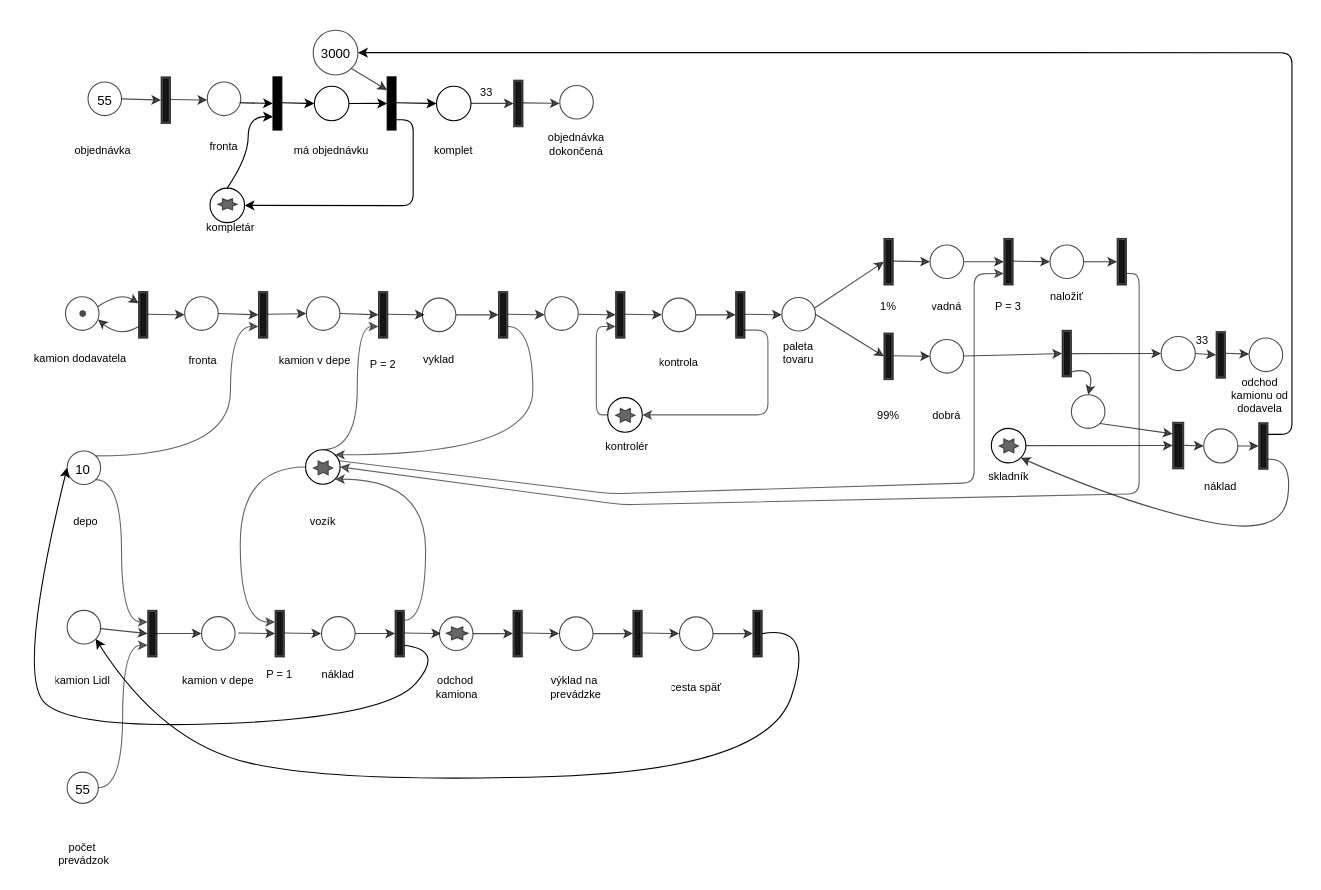
Earlier version of the draw.io diagram IMS.drawio (MatejMistik/VUT_FIT_ITY_Project_5). Source tidied: cells renumbered, new cells numbered last; positions are measured from the earlier drawing's top-left corner, leaving out a move shared by most shapes. Both pictures are drawn from the tidied source at 110%, with x=0, y=0 at pixel (15, 30).
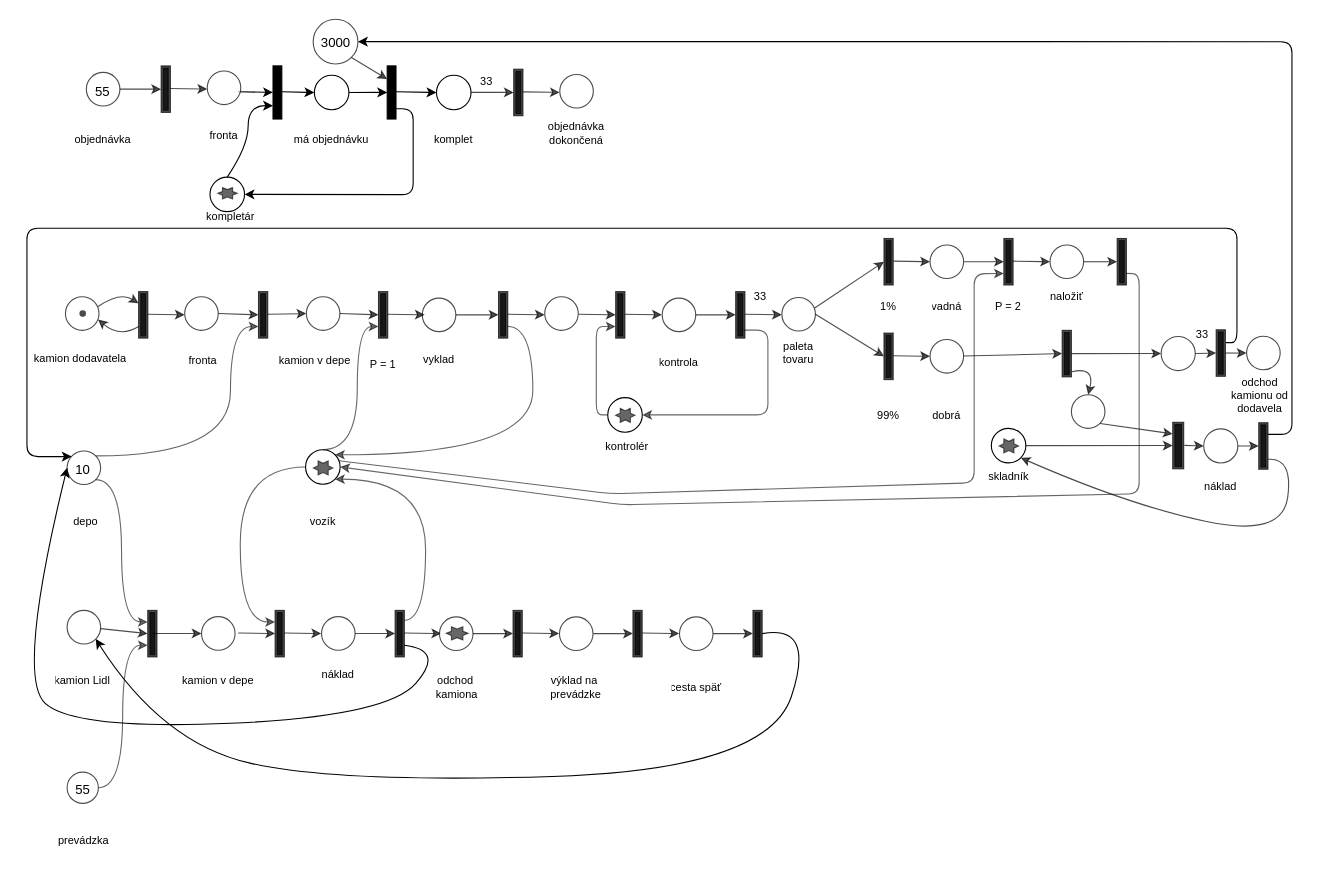
The same diagram, later.

Unchanged cells that the change refers to:
```xml
<mxCell id="141" style="shape=ext;double=1;rounded=0;whiteSpace=wrap;html=1;fontSize=36;fillColor=#000000;snapToPoint=0;opacity=70;direction=west;" parent="1" vertex="1">
  <mxGeometry x="1129.8" y="356.8" width="8.4" height="42.3" as="geometry" />
</mxCell>
<mxCell id="148" value="&lt;font style=&quot;font-size: 12px&quot;&gt;10&lt;/font&gt;" style="text;html=1;strokeColor=none;fillColor=none;align=center;verticalAlign=middle;whiteSpace=wrap;rounded=0;fontSize=18;opacity=60;" parent="1" vertex="1">
  <mxGeometry x="50.7" y="387.6" width="20" height="20" as="geometry" />
</mxCell>
```

Diff of the diagram source:
```diff
@@
-    <mxCell id="46" value="kompletár" style="text;strokeColor=none;fillColor=none;align=center;verticalAlign=middle;spacingLeft=4;spacingRight=4;overflow=hidden;fontSize=10;opacity=70;rounded=0;direction=west;" parent="1" vertex="1">
-      <mxGeometry x="168.5" y="163.5" width="53.6" height="31.7" as="geometry" />
-    </mxCell>
-    <mxCell id="47" value="&lt;p&gt;&lt;br&gt;&lt;/p&gt;" style="ellipse;whiteSpace=wrap;html=1;align=center;rounded=0;" parent="1" vertex="1">
-      <mxGeometry x="176.4" y="143.5" width="31.4" height="31.4" as="geometry" />
-    </mxCell>
-    <mxCell id="48" style="endArrow=classic;html=1;rounded=0;curved=1;" parent="1" edge="1">
-      <mxGeometry relative="1" as="geometry">
-        <mxPoint x="201.8" y="65.9" as="sourcePoint" />
-        <mxPoint x="233.7" y="66.5" as="targetPoint" />
-      </mxGeometry>
-    </mxCell>
-    <mxCell id="49" style="ellipse;whiteSpace=wrap;html=1;fontSize=36;rounded=0;" parent="1" vertex="1">
-      <mxGeometry x="271.3" y="50.9" width="31.4" height="31.4" as="geometry" />
-    </mxCell>
-    <mxCell id="50" style="endArrow=classic;html=1;rounded=0;curved=1;entryX=0;entryY=0.5;entryDx=0;entryDy=0;" parent="1" edge="1" target="49">
-      <mxGeometry relative="1" as="geometry">
-        <mxPoint x="241.7" y="65.9" as="sourcePoint" />
-      </mxGeometry>
-    </mxCell>
-    <mxCell id="51" style="shape=ext;double=1;rounded=0;whiteSpace=wrap;html=1;fontSize=36;fillColor=#000000;" parent="1" vertex="1">
-      <mxGeometry x="233.7" y="42.4" width="8" height="48.3" as="geometry" />
-    </mxCell>
-    <mxCell id="52" style="ellipse;whiteSpace=wrap;html=1;fontSize=36;rounded=0;" parent="1" vertex="1">
-      <mxGeometry x="382.3" y="50.9" width="31.4" height="31.4" as="geometry" />
-    </mxCell>
-    <mxCell id="53" style="endArrow=classic;html=1;rounded=0;curved=1;entryX=0;entryY=0.5;entryDx=0;entryDy=0;" parent="1" edge="1" target="52">
-      <mxGeometry relative="1" as="geometry">
-        <mxPoint x="345.4" y="65.9" as="sourcePoint" />
-      </mxGeometry>
-    </mxCell>
-    <mxCell id="54" style="shape=ext;double=1;rounded=0;whiteSpace=wrap;html=1;fontSize=36;fillColor=#000000;" parent="1" vertex="1">
-      <mxGeometry x="337.5" y="42.4" width="8" height="48.3" as="geometry" />
-    </mxCell>
-    <mxCell id="55" style="endArrow=classic;html=1;rounded=0;curved=1;exitX=1;exitY=0.5;exitDx=0;exitDy=0;" parent="1" edge="1" source="49">
-      <mxGeometry relative="1" as="geometry">
-        <mxPoint x="337.5" y="66.5" as="targetPoint" />
-      </mxGeometry>
-    </mxCell>
-    <mxCell id="56" style="endArrow=classic;html=1;rounded=1;fontSize=36;entryX=1;entryY=0.5;entryDx=0;entryDy=0;exitX=0.5;exitY=0.807;exitDx=0;exitDy=0;exitPerimeter=0;" parent="1" edge="1" source="54" target="47">
-      <mxGeometry relative="1" as="geometry">
-        <Array as="points">
-          <mxPoint x="361.1" y="81.4" />
-          <mxPoint x="361.1" y="159.4" />
-        </Array>
-      </mxGeometry>
-    </mxCell>
-    <mxCell id="57" style="verticalLabelPosition=bottom;verticalAlign=top;html=1;shape=mxgraph.basic.6_point_star;fontSize=10;fillColor=#000000;opacity=60;" parent="1" vertex="1">
-      <mxGeometry x="183.5" y="153.1" width="17.7" height="10.3" as="geometry" />
-    </mxCell>
@@
-    <mxCell id="78" value="P = 1" style="text;strokeColor=none;fillColor=none;align=center;verticalAlign=middle;spacingLeft=4;spacingRight=4;overflow=hidden;fontSize=10;opacity=70;rounded=0;direction=west;" parent="1" vertex="1">
-      <mxGeometry x="222.1" y="569.7" width="35.3" height="31.7" as="geometry" />
-    </mxCell>
@@
-    <mxCell id="93" value="P = 2" style="text;strokeColor=none;fillColor=none;align=center;verticalAlign=middle;spacingLeft=4;spacingRight=4;overflow=hidden;fontSize=10;opacity=70;rounded=0;direction=west;" parent="1" vertex="1">
+    <mxCell id="93" value="P = 1" style="text;strokeColor=none;fillColor=none;align=center;verticalAlign=middle;spacingLeft=4;spacingRight=4;overflow=hidden;fontSize=10;opacity=70;rounded=0;direction=west;" parent="1" vertex="1">
       <mxGeometry x="316.2" y="288.1" width="35.3" height="31.7" as="geometry" />
     </mxCell>
-    <mxCell id="94" value="počet &#10;prevádzok" style="text;strokeColor=none;fillColor=none;align=center;verticalAlign=middle;spacingLeft=4;spacingRight=4;overflow=hidden;fontSize=10;opacity=70;rounded=0;direction=west;" parent="1" vertex="1">
-      <mxGeometry x="33" y="732.7" width="58" height="31.7" as="geometry" />
+    <mxCell id="94" value="prevádzka" style="text;strokeColor=none;fillColor=none;align=center;verticalAlign=middle;spacingLeft=4;spacingRight=4;overflow=hidden;fontSize=10;opacity=70;rounded=0;direction=west;" parent="1" vertex="1">
+      <mxGeometry x="32.7" y="720" width="58" height="31.7" as="geometry" />
     </mxCell>
@@
     <mxCell id="119" style="shape=ext;double=1;rounded=0;whiteSpace=wrap;html=1;fontSize=36;fillColor=#000000;snapToPoint=0;opacity=70;direction=west;" parent="1" vertex="1">
-      <mxGeometry x="1091.1" y="274" width="8.4" height="42.3" as="geometry" />
+      <mxGeometry x="1091.1" y="272.3" width="8.4" height="42.3" as="geometry" />
     </mxCell>
@@
+    <mxCell id="169" style="edgeStyle=orthogonalEdgeStyle;jettySize=auto;html=1;entryX=0;entryY=0;entryDx=0;entryDy=0;rounded=1;" parent="1" edge="1" target="148">
+      <mxGeometry relative="1" as="geometry">
+        <mxPoint x="1100" y="284" as="sourcePoint" />
+        <Array as="points">
+          <mxPoint x="1100" y="284" />
+          <mxPoint x="1110" y="284" />
+          <mxPoint x="1110" y="180" />
+          <mxPoint x="10" y="180" />
+          <mxPoint x="10" y="388" />
+        </Array>
+      </mxGeometry>
+    </mxCell>
     <mxCell id="121" style="ellipse;whiteSpace=wrap;html=1;fontSize=36;snapToPoint=0;opacity=70;rounded=0;direction=west;" parent="1" vertex="1">
-      <mxGeometry x="1121.1" y="279.8" width="30.5" height="30.5" as="geometry" />
+      <mxGeometry x="1118.8" y="278.2" width="30.5" height="30.5" as="geometry" />
     </mxCell>
-    <mxCell id="122" style="endArrow=classic;html=1;rounded=0;snapToPoint=0;opacity=70;curved=1;" parent="1" edge="1">
-      <mxGeometry relative="1" as="geometry">
-        <mxPoint x="1099.5" y="293.7" as="sourcePoint" />
-        <mxPoint x="1121.1" y="294.4" as="targetPoint" />
-      </mxGeometry>
+    <mxCell id="122" style="endArrow=classic;html=1;rounded=0;snapToPoint=0;opacity=70;curved=1;exitX=0;exitY=0.5;exitDx=0;exitDy=0;entryX=1;entryY=0.5;entryDx=0;entryDy=0;" parent="1" edge="1" source="119" target="121">
+      <mxGeometry relative="1" as="geometry" />
     </mxCell>
@@
-    <mxCell id="126" value="P = 3" style="text;strokeColor=none;fillColor=none;align=center;verticalAlign=middle;spacingLeft=4;spacingRight=4;overflow=hidden;fontSize=10;opacity=70;rounded=0;direction=west;" parent="1" vertex="1">
+    <mxCell id="126" value="P = 2" style="text;strokeColor=none;fillColor=none;align=center;verticalAlign=middle;spacingLeft=4;spacingRight=4;overflow=hidden;fontSize=10;opacity=70;rounded=0;direction=west;" parent="1" vertex="1">
       <mxGeometry x="884.7" y="234.6" width="35.3" height="31.7" as="geometry" />
     </mxCell>
@@
-    <mxCell id="144" value="komplet" style="text;strokeColor=none;fillColor=none;align=center;verticalAlign=middle;spacingLeft=4;spacingRight=4;overflow=hidden;fontSize=10;opacity=70;rounded=0;direction=west;" parent="1" vertex="1">
-      <mxGeometry x="375.3" y="93" width="45.5" height="31.7" as="geometry" />
-    </mxCell>
-    <mxCell id="145" value="33" style="text;strokeColor=none;fillColor=none;align=center;verticalAlign=middle;spacingLeft=4;spacingRight=4;overflow=hidden;fontSize=10;opacity=70;rounded=0;direction=west;" parent="1" vertex="1">
-      <mxGeometry x="415.5" y="40.7" width="25" height="31.7" as="geometry" />
-    </mxCell>
@@
     <mxCell id="147" value="33" style="text;strokeColor=none;fillColor=none;align=center;verticalAlign=middle;spacingLeft=4;spacingRight=4;overflow=hidden;fontSize=10;opacity=70;rounded=0;direction=west;" parent="1" vertex="1">
-      <mxGeometry x="1066.2" y="266.3" width="25" height="31.7" as="geometry" />
+      <mxGeometry x="1066.2" y="268.5" width="25" height="14.9" as="geometry" />
     </mxCell>
@@
+    <mxCell id="165" style="edgeStyle=orthogonalEdgeStyle;rounded=1;jettySize=auto;html=1;exitX=0;exitY=0.75;exitDx=0;exitDy=0;entryX=0;entryY=0.5;entryDx=0;entryDy=0;" parent="1" edge="1" source="141" target="164">
+      <mxGeometry relative="1" as="geometry">
+        <Array as="points">
+          <mxPoint x="1160" y="367" />
+          <mxPoint x="1160" y="10" />
+        </Array>
+      </mxGeometry>
+    </mxCell>
+    <mxCell id="168" value="kontrolér" style="text;strokeColor=none;fillColor=none;align=center;verticalAlign=middle;spacingLeft=4;spacingRight=4;overflow=hidden;fontSize=10;opacity=70;rounded=0;direction=west;" parent="1" vertex="1">
+      <mxGeometry x="531.5" y="362.4" width="48.5" height="31.7" as="geometry" />
+    </mxCell>
+    <mxCell id="46" value="kompletár" style="text;strokeColor=none;fillColor=none;align=center;verticalAlign=middle;spacingLeft=4;spacingRight=4;overflow=hidden;fontSize=10;opacity=70;rounded=0;direction=west;" parent="1" vertex="1">
+      <mxGeometry x="168.5" y="153.5" width="53.6" height="31.7" as="geometry" />
+    </mxCell>
+    <mxCell id="47" value="&lt;p&gt;&lt;br&gt;&lt;/p&gt;" style="ellipse;whiteSpace=wrap;html=1;align=center;rounded=0;" parent="1" vertex="1">
+      <mxGeometry x="176.4" y="133.5" width="31.4" height="31.4" as="geometry" />
+    </mxCell>
+    <mxCell id="48" style="endArrow=classic;html=1;rounded=0;curved=1;" parent="1" edge="1">
+      <mxGeometry relative="1" as="geometry">
+        <mxPoint x="201.8" y="55.9" as="sourcePoint" />
+        <mxPoint x="233.7" y="56.5" as="targetPoint" />
+      </mxGeometry>
+    </mxCell>
+    <mxCell id="49" style="ellipse;whiteSpace=wrap;html=1;fontSize=36;rounded=0;" parent="1" vertex="1">
+      <mxGeometry x="271.3" y="40.9" width="31.4" height="31.4" as="geometry" />
+    </mxCell>
+    <mxCell id="50" style="endArrow=classic;html=1;rounded=0;curved=1;entryX=0;entryY=0.5;entryDx=0;entryDy=0;" parent="1" edge="1" target="49">
+      <mxGeometry relative="1" as="geometry">
+        <mxPoint x="241.7" y="55.9" as="sourcePoint" />
+      </mxGeometry>
+    </mxCell>
+    <mxCell id="51" style="shape=ext;double=1;rounded=0;whiteSpace=wrap;html=1;fontSize=36;fillColor=#000000;" parent="1" vertex="1">
+      <mxGeometry x="233.7" y="32.4" width="8" height="48.3" as="geometry" />
+    </mxCell>
+    <mxCell id="52" style="ellipse;whiteSpace=wrap;html=1;fontSize=36;rounded=0;" parent="1" vertex="1">
+      <mxGeometry x="382.3" y="40.9" width="31.4" height="31.4" as="geometry" />
+    </mxCell>
+    <mxCell id="53" style="endArrow=classic;html=1;rounded=0;curved=1;entryX=0;entryY=0.5;entryDx=0;entryDy=0;" parent="1" edge="1" target="52">
+      <mxGeometry relative="1" as="geometry">
+        <mxPoint x="345.4" y="55.9" as="sourcePoint" />
+      </mxGeometry>
+    </mxCell>
+    <mxCell id="54" style="shape=ext;double=1;rounded=0;whiteSpace=wrap;html=1;fontSize=36;fillColor=#000000;" parent="1" vertex="1">
+      <mxGeometry x="337.5" y="32.4" width="8" height="48.3" as="geometry" />
+    </mxCell>
+    <mxCell id="55" style="endArrow=classic;html=1;rounded=0;curved=1;exitX=1;exitY=0.5;exitDx=0;exitDy=0;" parent="1" edge="1" source="49">
+      <mxGeometry relative="1" as="geometry">
+        <mxPoint x="337.5" y="56.5" as="targetPoint" />
+      </mxGeometry>
+    </mxCell>
+    <mxCell id="56" style="endArrow=classic;html=1;rounded=1;fontSize=36;entryX=1;entryY=0.5;entryDx=0;entryDy=0;exitX=0.5;exitY=0.807;exitDx=0;exitDy=0;exitPerimeter=0;" parent="1" edge="1" source="54" target="47">
+      <mxGeometry relative="1" as="geometry">
+        <Array as="points">
+          <mxPoint x="361.1" y="71.4" />
+          <mxPoint x="361.1" y="149.4" />
+        </Array>
+      </mxGeometry>
+    </mxCell>
+    <mxCell id="57" style="verticalLabelPosition=bottom;verticalAlign=top;html=1;shape=mxgraph.basic.6_point_star;fontSize=10;fillColor=#000000;opacity=60;" parent="1" vertex="1">
+      <mxGeometry x="183.5" y="143.1" width="17.7" height="10.3" as="geometry" />
+    </mxCell>
+    <mxCell id="144" value="komplet" style="text;strokeColor=none;fillColor=none;align=center;verticalAlign=middle;spacingLeft=4;spacingRight=4;overflow=hidden;fontSize=10;opacity=70;rounded=0;direction=west;" parent="1" vertex="1">
+      <mxGeometry x="375.3" y="83" width="45.5" height="31.7" as="geometry" />
+    </mxCell>
+    <mxCell id="145" value="33" style="text;strokeColor=none;fillColor=none;align=center;verticalAlign=middle;spacingLeft=4;spacingRight=4;overflow=hidden;fontSize=10;opacity=70;rounded=0;direction=west;" parent="1" vertex="1">
+      <mxGeometry x="415.5" y="30.7" width="25" height="31.7" as="geometry" />
+    </mxCell>
     <mxCell id="149" value="objednávka" style="text;strokeColor=none;fillColor=none;align=center;verticalAlign=middle;spacingLeft=4;spacingRight=4;overflow=hidden;fontSize=10;rounded=0;" parent="1" vertex="1">
-      <mxGeometry x="31.6" y="90.7" width="95.3" height="36.2" as="geometry" />
+      <mxGeometry x="31.6" y="80.7" width="95.3" height="36.2" as="geometry" />
     </mxCell>
     <mxCell id="150" value="&lt;p&gt;&lt;br&gt;&lt;/p&gt;" style="ellipse;whiteSpace=wrap;html=1;align=center;snapToPoint=0;opacity=70;rounded=0;direction=west;" parent="1" vertex="1">
-      <mxGeometry x="65.5" y="47.1" width="30.5" height="30.5" as="geometry" />
+      <mxGeometry x="64" y="38.3" width="30.5" height="30.5" as="geometry" />
     </mxCell>
     <mxCell id="151" style="ellipse;whiteSpace=wrap;html=1;fontSize=36;opacity=70;rounded=0;direction=west;" parent="1" vertex="1">
-      <mxGeometry x="173.9" y="47.1" width="30.5" height="30.5" as="geometry" />
+      <mxGeometry x="173.9" y="37.1" width="30.5" height="30.5" as="geometry" />
     </mxCell>
     <mxCell id="152" style="endArrow=classic;html=1;rounded=0;snapToPoint=0;opacity=70;curved=1;" parent="1" edge="1">
       <mxGeometry relative="1" as="geometry">
-        <mxPoint x="140.4" y="63" as="sourcePoint" />
-        <mxPoint x="173.9" y="63.5" as="targetPoint" />
+        <mxPoint x="140.4" y="53" as="sourcePoint" />
+        <mxPoint x="173.9" y="53.5" as="targetPoint" />
       </mxGeometry>
     </mxCell>
     <mxCell id="153" style="shape=ext;double=1;rounded=0;whiteSpace=wrap;html=1;fontSize=36;fillColor=#000000;snapToPoint=0;opacity=70;direction=west;" parent="1" vertex="1">
-      <mxGeometry x="132" y="42.4" width="8.4" height="42.3" as="geometry" />
+      <mxGeometry x="132" y="32.4" width="8.4" height="42.3" as="geometry" />
     </mxCell>
     <mxCell id="154" value="fronta&#10;" style="text;strokeColor=none;fillColor=none;align=center;verticalAlign=middle;spacingLeft=4;spacingRight=4;overflow=hidden;fontSize=10;opacity=70;rounded=0;direction=west;" parent="1" vertex="1">
-      <mxGeometry x="170.6" y="95.2" width="37.2" height="31.7" as="geometry" />
+      <mxGeometry x="170.6" y="85.2" width="37.2" height="31.7" as="geometry" />
     </mxCell>
     <mxCell id="155" value="&lt;font style=&quot;font-size: 12px&quot;&gt;55&lt;/font&gt;" style="text;html=1;strokeColor=none;fillColor=none;align=center;verticalAlign=middle;whiteSpace=wrap;rounded=0;fontSize=18;opacity=60;" parent="1" vertex="1">
-      <mxGeometry x="70.7" y="52.4" width="20" height="20" as="geometry" />
+      <mxGeometry x="69.2" y="43.5" width="20" height="20" as="geometry" />
     </mxCell>
     <mxCell id="156" style="endArrow=classic;html=1;rounded=0;fontSize=36;exitX=0.5;exitY=0;exitDx=0;exitDy=0;curved=1;entryX=0;entryY=0.75;entryDx=0;entryDy=0;" parent="1" edge="1" source="47" target="51">
       <mxGeometry relative="1" as="geometry">
         <Array as="points">
-          <mxPoint x="211.1" y="115.4" />
-          <mxPoint x="211.1" y="78.4" />
+          <mxPoint x="211.1" y="105.4" />
+          <mxPoint x="211.1" y="68.4" />
         </Array>
       </mxGeometry>
     </mxCell>
     <mxCell id="157" style="ellipse;whiteSpace=wrap;html=1;fontSize=36;opacity=70;rounded=0;direction=west;" parent="1" vertex="1">
-      <mxGeometry x="494.4" y="50.2" width="30.5" height="30.5" as="geometry" />
+      <mxGeometry x="494.4" y="40.2" width="30.5" height="30.5" as="geometry" />
     </mxCell>
     <mxCell id="158" style="endArrow=classic;html=1;rounded=0;snapToPoint=0;opacity=70;curved=1;" parent="1" edge="1">
       <mxGeometry relative="1" as="geometry">
-        <mxPoint x="460.9" y="66" as="sourcePoint" />
-        <mxPoint x="494.4" y="66.5" as="targetPoint" />
+        <mxPoint x="460.9" y="56" as="sourcePoint" />
+        <mxPoint x="494.4" y="56.5" as="targetPoint" />
       </mxGeometry>
     </mxCell>
     <mxCell id="159" style="shape=ext;double=1;rounded=0;whiteSpace=wrap;html=1;fontSize=36;fillColor=#000000;opacity=70;direction=west;" parent="1" vertex="1">
-      <mxGeometry x="452.5" y="45.4" width="8.4" height="42.3" as="geometry" />
+      <mxGeometry x="452.5" y="35.4" width="8.4" height="42.3" as="geometry" />
     </mxCell>
     <mxCell id="160" style="endArrow=classic;html=1;rounded=0;snapToPoint=0;opacity=70;curved=1;exitX=0;exitY=0.5;exitDx=0;exitDy=0;" parent="1" edge="1">
       <mxGeometry relative="1" as="geometry">
-        <mxPoint x="413.7" y="66.5" as="sourcePoint" />
-        <mxPoint x="452.5" y="66.5" as="targetPoint" />
+        <mxPoint x="413.7" y="56.5" as="sourcePoint" />
+        <mxPoint x="452.5" y="56.5" as="targetPoint" />
       </mxGeometry>
     </mxCell>
     <mxCell id="161" value="má objednávku" style="text;strokeColor=none;fillColor=none;align=center;verticalAlign=middle;spacingLeft=4;spacingRight=4;overflow=hidden;fontSize=10;opacity=70;rounded=0;direction=west;" parent="1" vertex="1">
-      <mxGeometry x="243.5" y="93" width="87.1" height="31.7" as="geometry" />
+      <mxGeometry x="243.5" y="83" width="87.1" height="31.7" as="geometry" />
     </mxCell>
     <mxCell id="162" value="objednávka&#10;dokončená" style="text;strokeColor=none;fillColor=none;align=center;verticalAlign=middle;spacingLeft=4;spacingRight=4;overflow=hidden;fontSize=10;opacity=70;rounded=0;direction=west;" parent="1" vertex="1">
-      <mxGeometry x="473.6" y="87.7" width="72.1" height="31.7" as="geometry" />
+      <mxGeometry x="473.6" y="77.7" width="72.1" height="31.7" as="geometry" />
     </mxCell>
@@
     <mxCell id="164" style="ellipse;whiteSpace=wrap;html=1;fontSize=36;snapToPoint=0;opacity=70;rounded=0;direction=west;" parent="1" vertex="1">
-      <mxGeometry x="270.2" width="40.7" height="40.7" as="geometry" />
+      <mxGeometry x="270.2" y="-10" width="40.7" height="40.7" as="geometry" />
     </mxCell>
-    <mxCell id="165" style="edgeStyle=orthogonalEdgeStyle;rounded=1;jettySize=auto;html=1;exitX=0;exitY=0.75;exitDx=0;exitDy=0;entryX=0;entryY=0.5;entryDx=0;entryDy=0;" parent="1" edge="1" source="141" target="164">
-      <mxGeometry relative="1" as="geometry">
-        <Array as="points">
-          <mxPoint x="1160" y="367" />
-          <mxPoint x="1160" y="20" />
-        </Array>
-      </mxGeometry>
-    </mxCell>
@@
     <mxCell id="167" value="&lt;font style=&quot;font-size: 12px&quot;&gt;3000&lt;/font&gt;" style="text;html=1;strokeColor=none;fillColor=none;align=center;verticalAlign=middle;whiteSpace=wrap;rounded=0;fontSize=18;opacity=60;" parent="1" vertex="1">
-      <mxGeometry x="280.5" y="10.3" width="20" height="20" as="geometry" />
+      <mxGeometry x="280.5" y="0.3" width="20" height="20" as="geometry" />
     </mxCell>
-    <mxCell id="168" value="kontrolér" style="text;strokeColor=none;fillColor=none;align=center;verticalAlign=middle;spacingLeft=4;spacingRight=4;overflow=hidden;fontSize=10;opacity=70;rounded=0;direction=west;" parent="1" vertex="1">
-      <mxGeometry x="531.5" y="362.4" width="48.5" height="31.7" as="geometry" />
-    </mxCell>
+    <mxCell id="170" value="33" style="text;strokeColor=none;fillColor=none;align=center;verticalAlign=middle;spacingLeft=4;spacingRight=4;overflow=hidden;fontSize=10;opacity=70;rounded=0;direction=west;" parent="1" vertex="1">
+      <mxGeometry x="664.3" y="225.6" width="25" height="31.7" as="geometry" />
+    </mxCell>
```
